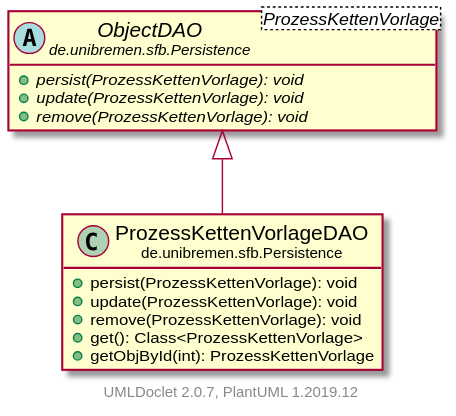
Earlier version of the PlantUML export doc/UML/modulsichtSVG/ProzessKettenVorlageDAO.svg (fkehlenb/softwareprojekt-2). Its diagram source:
```plantuml
@startuml
    set namespaceSeparator none
    hide empty fields
    hide empty methods

    class "<size:14>ProzessKettenVorlageDAO\n<size:10>de.unibremen.sfb.Persistence" as de.unibremen.sfb.Persistence.ProzessKettenVorlageDAO [[ProzessKettenVorlageDAO.html]] {
        +persist(ProzessKettenVorlage): void
        +update(ProzessKettenVorlage): void
        +remove(ProzessKettenVorlage): void
        +get(): Class<ProzessKettenVorlage>
        +getObjById(int): ProzessKettenVorlage
    }

    abstract class "<size:14>ObjectDAO\n<size:10>de.unibremen.sfb.Persistence" as de.unibremen.sfb.Persistence.ObjectDAO<ProzessKettenVorlage> [[ObjectDAO.html]] {
        {abstract} +persist(ProzessKettenVorlage): void
        {abstract} +update(ProzessKettenVorlage): void
        {abstract} +remove(ProzessKettenVorlage): void
    }

    de.unibremen.sfb.Persistence.ObjectDAO <|-- de.unibremen.sfb.Persistence.ProzessKettenVorlageDAO

    center footer UMLDoclet 2.0.7, PlantUML 1.2019.12
@enduml
```
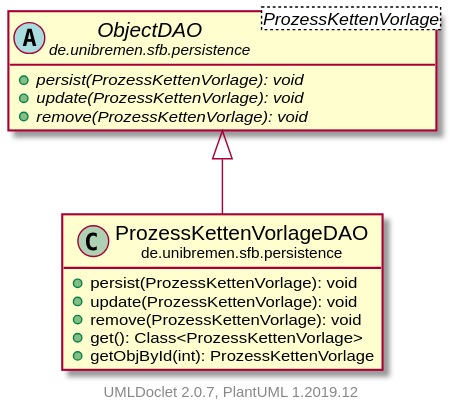
Later version of the same file.

What changed in the source:
```diff
@@ -3,7 +3,7 @@
     hide empty fields
     hide empty methods
 
-    class "<size:14>ProzessKettenVorlageDAO\n<size:10>de.unibremen.sfb.Persistence" as de.unibremen.sfb.Persistence.ProzessKettenVorlageDAO [[ProzessKettenVorlageDAO.html]] {
+    class "<size:14>ProzessKettenVorlageDAO\n<size:10>de.unibremen.sfb.persistence" as de.unibremen.sfb.persistence.ProzessKettenVorlageDAO [[ProzessKettenVorlageDAO.html]] {
         +persist(ProzessKettenVorlage): void
         +update(ProzessKettenVorlage): void
         +remove(ProzessKettenVorlage): void
@@ -11,13 +11,13 @@
         +getObjById(int): ProzessKettenVorlage
     }
 
-    abstract class "<size:14>ObjectDAO\n<size:10>de.unibremen.sfb.Persistence" as de.unibremen.sfb.Persistence.ObjectDAO<ProzessKettenVorlage> [[ObjectDAO.html]] {
+    abstract class "<size:14>ObjectDAO\n<size:10>de.unibremen.sfb.persistence" as de.unibremen.sfb.persistence.ObjectDAO<ProzessKettenVorlage> [[ObjectDAO.html]] {
         {abstract} +persist(ProzessKettenVorlage): void
         {abstract} +update(ProzessKettenVorlage): void
         {abstract} +remove(ProzessKettenVorlage): void
     }
 
-    de.unibremen.sfb.Persistence.ObjectDAO <|-- de.unibremen.sfb.Persistence.ProzessKettenVorlageDAO
+    de.unibremen.sfb.persistence.ObjectDAO <|-- de.unibremen.sfb.persistence.ProzessKettenVorlageDAO
 
     center footer UMLDoclet 2.0.7, PlantUML 1.2019.12
 @enduml
```
